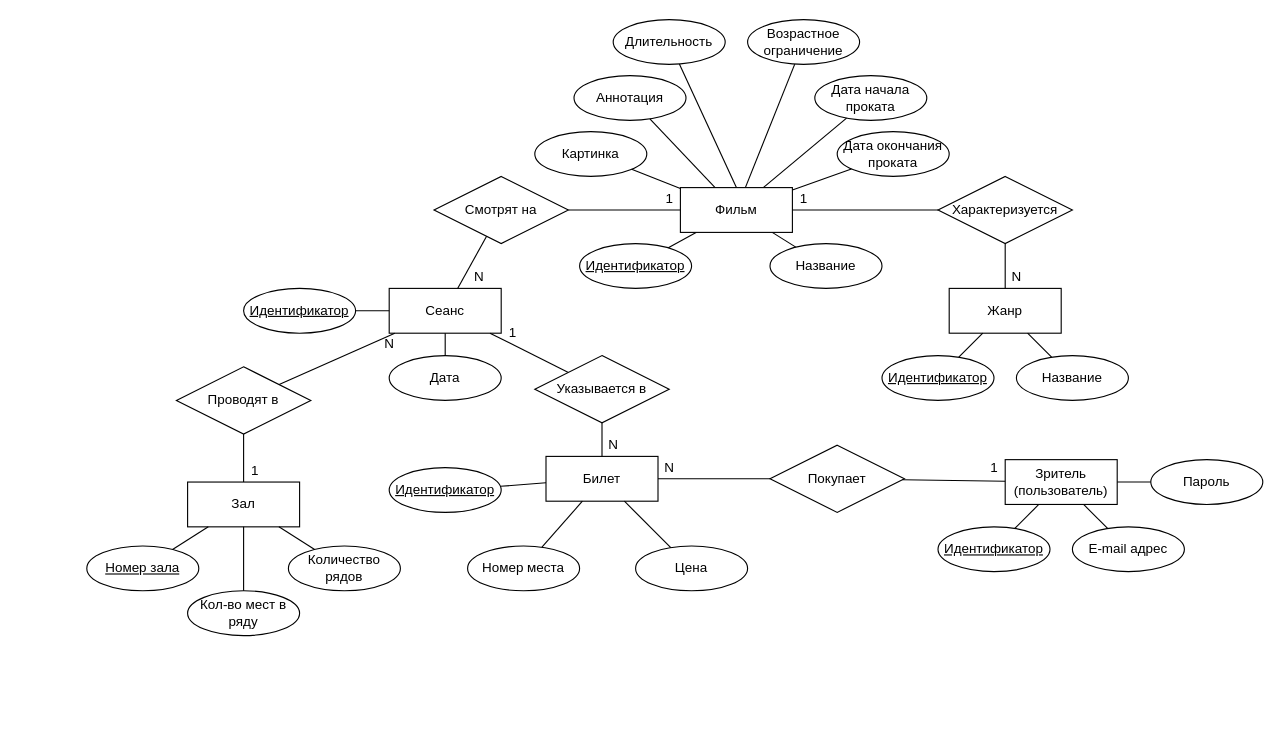
xreyaf/cinema-app keeps this draw.io diagram as images and schemes/concept model.drawio. Above is the earlier version. Source tidied: cells renumbered, new cells numbered last; positions are measured from the earlier drawing's top-left corner, leaving out a move shared by most shapes. Both pictures are drawn from the tidied source at 112%, with x=0, y=0 at pixel (86, 19).
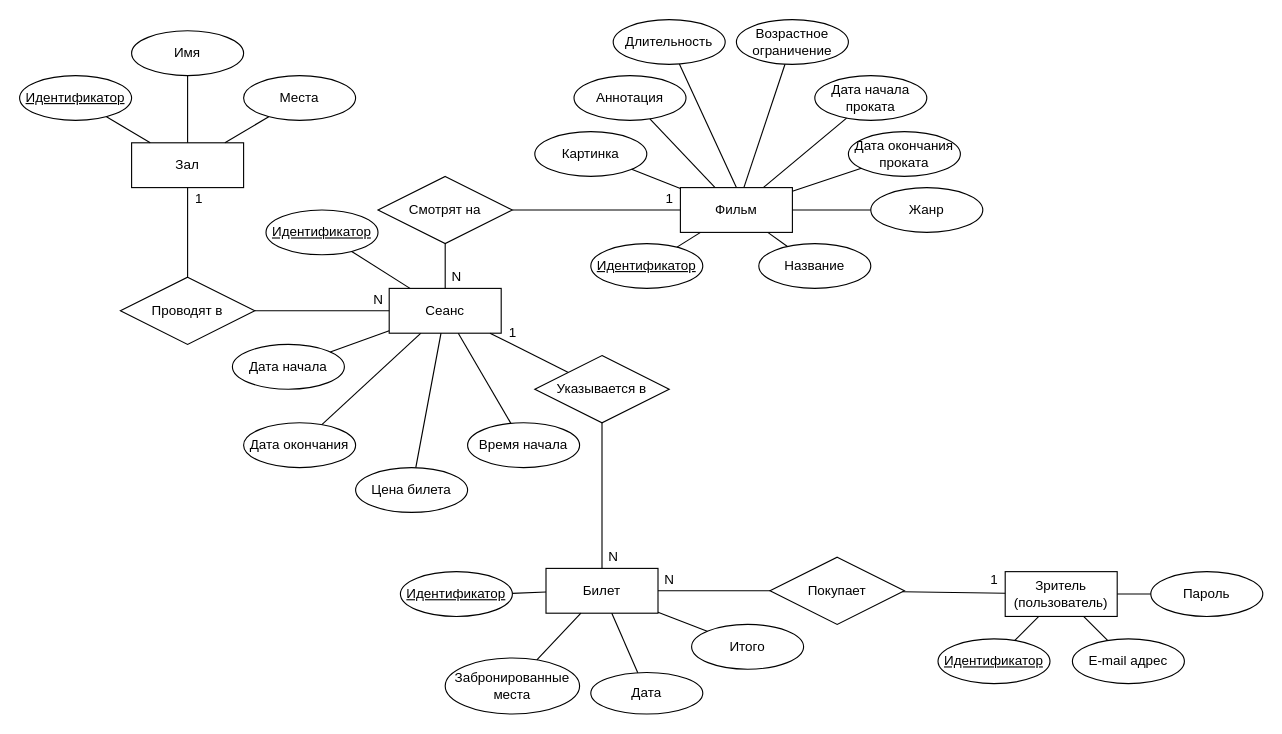
The same page after the edit.

The change refers to these unchanged cells:
```xml
<mxCell id="14" value="Фильм" style="whiteSpace=wrap;html=1;align=center;" parent="1" vertex="1">
  <mxGeometry x="530" y="150" width="100" height="40" as="geometry" />
</mxCell>
<mxCell id="27" value="Сеанс" style="whiteSpace=wrap;html=1;align=center;" parent="1" vertex="1">
  <mxGeometry x="270" y="240" width="100" height="40" as="geometry" />
</mxCell>
```

The edit, as a diff of the source:
```diff
@@
     <mxCell id="2" value="Возрастное ограничение" style="ellipse;whiteSpace=wrap;html=1;align=center;" parent="1" vertex="1">
-      <mxGeometry x="590" width="100" height="40" as="geometry" />
+      <mxGeometry x="580" width="100" height="40" as="geometry" />
     </mxCell>
@@
     <mxCell id="12" value="&lt;font style=&quot;font-size: 12px&quot;&gt;Дата окончания проката&lt;/font&gt;" style="ellipse;whiteSpace=wrap;html=1;align=center;" parent="1" vertex="1">
-      <mxGeometry x="670" y="100" width="100" height="40" as="geometry" />
+      <mxGeometry x="680" y="100" width="100" height="40" as="geometry" />
     </mxCell>
@@
     <mxCell id="15" value="Название" style="ellipse;whiteSpace=wrap;html=1;align=center;" parent="1" vertex="1">
-      <mxGeometry x="610" y="200" width="100" height="40" as="geometry" />
+      <mxGeometry x="600" y="200" width="100" height="40" as="geometry" />
     </mxCell>
     <mxCell id="16" value="Идентификатор" style="ellipse;whiteSpace=wrap;html=1;align=center;fontStyle=4;" parent="1" vertex="1">
-      <mxGeometry x="440" y="200" width="100" height="40" as="geometry" />
+      <mxGeometry x="450" y="200" width="100" height="40" as="geometry" />
     </mxCell>
@@
-    <mxCell id="19" value="Жанр" style="whiteSpace=wrap;html=1;align=center;" parent="1" vertex="1">
-      <mxGeometry x="770" y="240" width="100" height="40" as="geometry" />
-    </mxCell>
-    <mxCell id="20" value="Название" style="ellipse;whiteSpace=wrap;html=1;align=center;" parent="1" vertex="1">
-      <mxGeometry x="830" y="300" width="100" height="40" as="geometry" />
-    </mxCell>
-    <mxCell id="21" value="&lt;u&gt;Идентификатор&lt;/u&gt;" style="ellipse;whiteSpace=wrap;html=1;align=center;" parent="1" vertex="1">
-      <mxGeometry x="710" y="300" width="100" height="40" as="geometry" />
-    </mxCell>
-    <mxCell id="22" style="endArrow=none;html=1;rounded=0;" parent="1" edge="1" source="20" target="19">
-      <mxGeometry relative="1" as="geometry" />
-    </mxCell>
-    <mxCell id="23" style="endArrow=none;html=1;rounded=0;" parent="1" edge="1" source="21" target="19">
-      <mxGeometry relative="1" as="geometry" />
-    </mxCell>
-    <mxCell id="24" value="Характеризуется" style="shape=rhombus;perimeter=rhombusPerimeter;whiteSpace=wrap;html=1;align=center;" parent="1" vertex="1">
-      <mxGeometry x="760" y="140" width="120" height="60" as="geometry" />
-    </mxCell>
-    <mxCell id="25" style="endArrow=none;html=1;rounded=0;" parent="1" edge="1" source="14" target="24">
-      <mxGeometry relative="1" as="geometry" />
-    </mxCell>
-    <mxCell id="26" style="endArrow=none;html=1;rounded=0;" parent="1" edge="1" source="19" target="24">
-      <mxGeometry relative="1" as="geometry" />
-    </mxCell>
+    <mxCell id="75" style="jettySize=auto;html=1;rounded=0;endArrow=none;endFill=0;" parent="1" edge="1" source="27" target="78">
+      <mxGeometry relative="1" as="geometry" />
+    </mxCell>
@@
-    <mxCell id="28" value="Дата" style="ellipse;whiteSpace=wrap;html=1;align=center;" parent="1" vertex="1">
-      <mxGeometry x="270" y="300" width="100" height="40" as="geometry" />
+    <mxCell id="28" value="Дата начала" style="ellipse;whiteSpace=wrap;html=1;align=center;" parent="1" vertex="1">
+      <mxGeometry x="130" y="290" width="100" height="40" as="geometry" />
     </mxCell>
     <mxCell id="29" value="&lt;u&gt;Идентификатор&lt;/u&gt;" style="ellipse;whiteSpace=wrap;html=1;align=center;" parent="1" vertex="1">
-      <mxGeometry x="140" y="240" width="100" height="40" as="geometry" />
+      <mxGeometry x="160" y="170" width="100" height="40" as="geometry" />
     </mxCell>
@@
     <mxCell id="32" value="Смотрят на" style="shape=rhombus;perimeter=rhombusPerimeter;whiteSpace=wrap;html=1;align=center;" parent="1" vertex="1">
-      <mxGeometry x="310" y="140" width="120" height="60" as="geometry" />
+      <mxGeometry x="260" y="140" width="120" height="60" as="geometry" />
     </mxCell>
@@
     <mxCell id="35" value="Зал" style="whiteSpace=wrap;html=1;align=center;" parent="1" vertex="1">
-      <mxGeometry x="90" y="412.9" width="100" height="40" as="geometry" />
+      <mxGeometry x="40" y="110" width="100" height="40" as="geometry" />
     </mxCell>
-    <mxCell id="36" value="Количество&lt;br&gt;рядов" style="ellipse;whiteSpace=wrap;html=1;align=center;" parent="1" vertex="1">
-      <mxGeometry x="180" y="470" width="100" height="40" as="geometry" />
+    <mxCell id="36" value="Места" style="ellipse;whiteSpace=wrap;html=1;align=center;" parent="1" vertex="1">
+      <mxGeometry x="140" y="50" width="100" height="40" as="geometry" />
     </mxCell>
-    <mxCell id="37" value="&lt;u&gt;Номер зала&lt;/u&gt;" style="ellipse;whiteSpace=wrap;html=1;align=center;" parent="1" vertex="1">
-      <mxGeometry y="470" width="100" height="40" as="geometry" />
+    <mxCell id="37" value="&lt;u&gt;Идентификатор&lt;/u&gt;" style="ellipse;whiteSpace=wrap;html=1;align=center;" parent="1" vertex="1">
+      <mxGeometry x="-60" y="50" width="100" height="40" as="geometry" />
     </mxCell>
@@
-    <mxCell id="40" value="Кол-во мест в ряду" style="ellipse;whiteSpace=wrap;html=1;align=center;" parent="1" vertex="1">
-      <mxGeometry x="90" y="510" width="100" height="40" as="geometry" />
+    <mxCell id="40" value="Имя" style="ellipse;whiteSpace=wrap;html=1;align=center;" parent="1" vertex="1">
+      <mxGeometry x="40" y="10" width="100" height="40" as="geometry" />
     </mxCell>
@@
     <mxCell id="42" value="Проводят в" style="shape=rhombus;perimeter=rhombusPerimeter;whiteSpace=wrap;html=1;align=center;" parent="1" vertex="1">
-      <mxGeometry x="80" y="310" width="120" height="60" as="geometry" />
+      <mxGeometry x="30" y="230" width="120" height="60" as="geometry" />
     </mxCell>
@@
-    <mxCell id="44" style="endArrow=none;html=1;rounded=0;entryX=0.5;entryY=0;entryDx=0;entryDy=0;" parent="1" edge="1" source="42" target="35">
+    <mxCell id="44" style="endArrow=none;html=1;rounded=0;" parent="1" edge="1" source="42" target="35">
       <mxGeometry relative="1" as="geometry" />
     </mxCell>
     <mxCell id="45" value="Билет" style="whiteSpace=wrap;html=1;align=center;" parent="1" vertex="1">
-      <mxGeometry x="410" y="390" width="100" height="40" as="geometry" />
+      <mxGeometry x="410" y="490" width="100" height="40" as="geometry" />
     </mxCell>
     <mxCell id="46" value="&lt;u&gt;Идентификатор&lt;/u&gt;" style="ellipse;whiteSpace=wrap;html=1;align=center;" parent="1" vertex="1">
-      <mxGeometry x="270" y="400" width="100" height="40" as="geometry" />
+      <mxGeometry x="280" y="492.9" width="100" height="40" as="geometry" />
     </mxCell>
@@
     <mxCell id="51" value="Зритель&lt;br&gt;(пользователь)" style="whiteSpace=wrap;html=1;align=center;" parent="1" vertex="1">
-      <mxGeometry x="820" y="392.9" width="100" height="40" as="geometry" />
+      <mxGeometry x="820" y="492.9" width="100" height="40" as="geometry" />
     </mxCell>
     <mxCell id="52" value="E-mail адрес" style="ellipse;whiteSpace=wrap;html=1;align=center;" parent="1" vertex="1">
-      <mxGeometry x="880" y="452.9" width="100" height="40" as="geometry" />
+      <mxGeometry x="880" y="552.9" width="100" height="40" as="geometry" />
     </mxCell>
     <mxCell id="53" value="&lt;u&gt;Идентификатор&lt;/u&gt;" style="ellipse;whiteSpace=wrap;html=1;align=center;" parent="1" vertex="1">
-      <mxGeometry x="760" y="452.9" width="100" height="40" as="geometry" />
+      <mxGeometry x="760" y="552.9" width="100" height="40" as="geometry" />
     </mxCell>
@@
     <mxCell id="56" value="Пароль" style="ellipse;whiteSpace=wrap;html=1;align=center;" parent="1" vertex="1">
-      <mxGeometry x="950" y="392.9" width="100" height="40" as="geometry" />
+      <mxGeometry x="950" y="492.9" width="100" height="40" as="geometry" />
     </mxCell>
@@
-    <mxCell id="58" value="Номер места" style="ellipse;whiteSpace=wrap;html=1;align=center;" parent="1" vertex="1">
-      <mxGeometry x="340" y="470" width="100" height="40" as="geometry" />
+    <mxCell id="58" value="Забронированные места" style="ellipse;whiteSpace=wrap;html=1;align=center;" parent="1" vertex="1">
+      <mxGeometry x="320" y="570" width="120" height="50" as="geometry" />
     </mxCell>
@@
     <mxCell id="60" value="Покупает" style="shape=rhombus;perimeter=rhombusPerimeter;whiteSpace=wrap;html=1;align=center;" parent="1" vertex="1">
-      <mxGeometry x="610" y="380" width="120" height="60" as="geometry" />
+      <mxGeometry x="610" y="480" width="120" height="60" as="geometry" />
     </mxCell>
@@
     <mxCell id="63" value="N" style="text;html=1;align=center;verticalAlign=middle;" parent="1" vertex="1">
-      <mxGeometry x="510" y="390" width="20" height="20" as="geometry" />
+      <mxGeometry x="510" y="490" width="20" height="20" as="geometry" />
     </mxCell>
     <mxCell id="64" value="1" style="text;html=1;align=center;verticalAlign=middle;" parent="1" vertex="1">
-      <mxGeometry x="800" y="390" width="20" height="20" as="geometry" />
+      <mxGeometry x="800" y="490" width="20" height="20" as="geometry" />
     </mxCell>
-    <mxCell id="65" value="1" style="text;html=1;align=center;verticalAlign=middle;" parent="1" vertex="1">
-      <mxGeometry x="630" y="150" width="20" height="20" as="geometry" />
-    </mxCell>
-    <mxCell id="66" value="N" style="text;html=1;align=center;verticalAlign=middle;" parent="1" vertex="1">
-      <mxGeometry x="820" y="220" width="20" height="20" as="geometry" />
-    </mxCell>
-    <mxCell id="67" value="Цена" style="ellipse;whiteSpace=wrap;html=1;align=center;" parent="1" vertex="1">
-      <mxGeometry x="490" y="470" width="100" height="40" as="geometry" />
+    <mxCell id="67" value="Итого" style="ellipse;whiteSpace=wrap;html=1;align=center;" parent="1" vertex="1">
+      <mxGeometry x="540" y="540" width="100" height="40" as="geometry" />
     </mxCell>
@@
     <mxCell id="69" value="N" style="text;html=1;align=center;verticalAlign=middle;" parent="1" vertex="1">
-      <mxGeometry x="260" y="280" width="20" height="20" as="geometry" />
+      <mxGeometry x="250" y="240" width="20" height="20" as="geometry" />
     </mxCell>
     <mxCell id="70" value="1" style="text;html=1;align=center;verticalAlign=middle;" parent="1" vertex="1">
-      <mxGeometry x="140" y="392.9" width="20" height="20" as="geometry" />
+      <mxGeometry x="90" y="150" width="20" height="20" as="geometry" />
     </mxCell>
     <mxCell id="71" value="N" style="text;html=1;align=center;verticalAlign=middle;" parent="1" vertex="1">
-      <mxGeometry x="460" y="370" width="20" height="20" as="geometry" />
+      <mxGeometry x="460" y="470" width="20" height="20" as="geometry" />
     </mxCell>
@@
     <mxCell id="74" value="N" style="text;html=1;align=center;verticalAlign=middle;" parent="1" vertex="1">
-      <mxGeometry x="340" y="220" width="20" height="20" as="geometry" />
+      <mxGeometry x="320" y="220" width="20" height="20" as="geometry" />
     </mxCell>
+    <mxCell id="76" value="Дата" style="ellipse;whiteSpace=wrap;html=1;align=center;" parent="1" vertex="1">
+      <mxGeometry x="450" y="582.9" width="100" height="37.1" as="geometry" />
+    </mxCell>
+    <mxCell id="77" style="endArrow=none;html=1;" parent="1" edge="1" source="45" target="76">
+      <mxGeometry relative="1" as="geometry" />
+    </mxCell>
+    <mxCell id="78" value="Дата окончания" style="ellipse;whiteSpace=wrap;html=1;align=center;" parent="1" vertex="1">
+      <mxGeometry x="140" y="360" width="100" height="40" as="geometry" />
+    </mxCell>
+    <mxCell id="79" value="Время начала" style="ellipse;whiteSpace=wrap;html=1;align=center;" parent="1" vertex="1">
+      <mxGeometry x="340" y="360" width="100" height="40" as="geometry" />
+    </mxCell>
+    <mxCell id="80" value="Цена билета" style="ellipse;whiteSpace=wrap;html=1;align=center;" parent="1" vertex="1">
+      <mxGeometry x="240" y="400" width="100" height="40" as="geometry" />
+    </mxCell>
+    <mxCell id="81" style="jettySize=auto;html=1;rounded=0;endArrow=none;endFill=0;" parent="1" edge="1" source="27" target="79">
+      <mxGeometry relative="1" as="geometry" />
+    </mxCell>
+    <mxCell id="82" style="jettySize=auto;html=1;rounded=0;endArrow=none;endFill=0;" parent="1" edge="1" source="27" target="80">
+      <mxGeometry relative="1" as="geometry" />
+    </mxCell>
+    <mxCell id="19" value="&lt;font style=&quot;font-size: 12px&quot;&gt;Жанр&lt;/font&gt;" style="ellipse;whiteSpace=wrap;html=1;align=center;" parent="1" vertex="1">
+      <mxGeometry x="700" y="150" width="100" height="40" as="geometry" />
+    </mxCell>
+    <mxCell id="83" style="endArrow=none;html=1;rounded=0;" parent="1" edge="1" source="14" target="19">
+      <mxGeometry relative="1" as="geometry" />
+    </mxCell>
```
